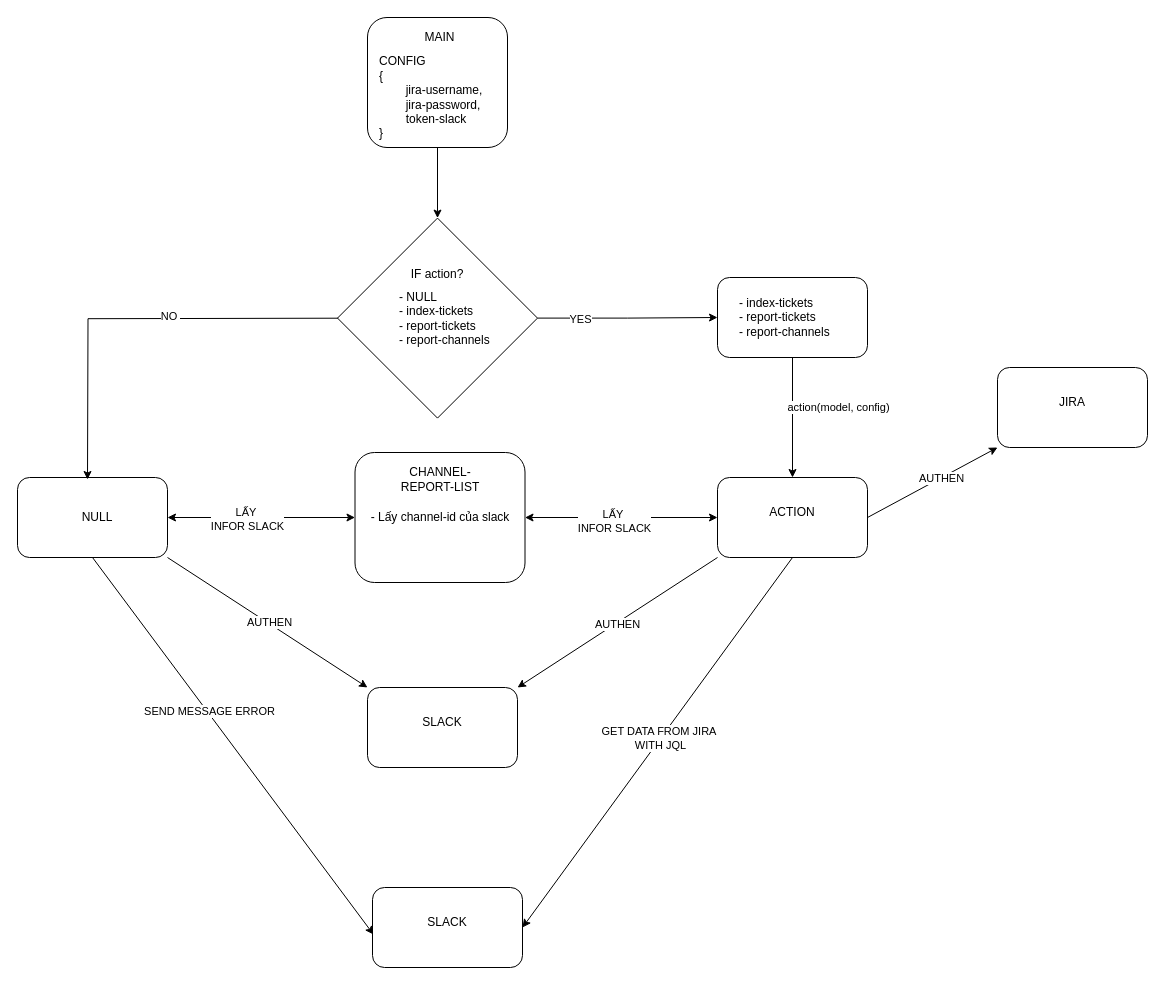
bluecrypt47/deployment-k8s keeps this draw.io diagram as Untitled Diagram.drawio. Above is the earlier version. Source tidied: cells renumbered, new cells numbered last; positions are measured from the earlier drawing's top-left corner, leaving out a move shared by most shapes. Both pictures are drawn from the tidied source at 100%, with x=0, y=0 at pixel (17, 17).
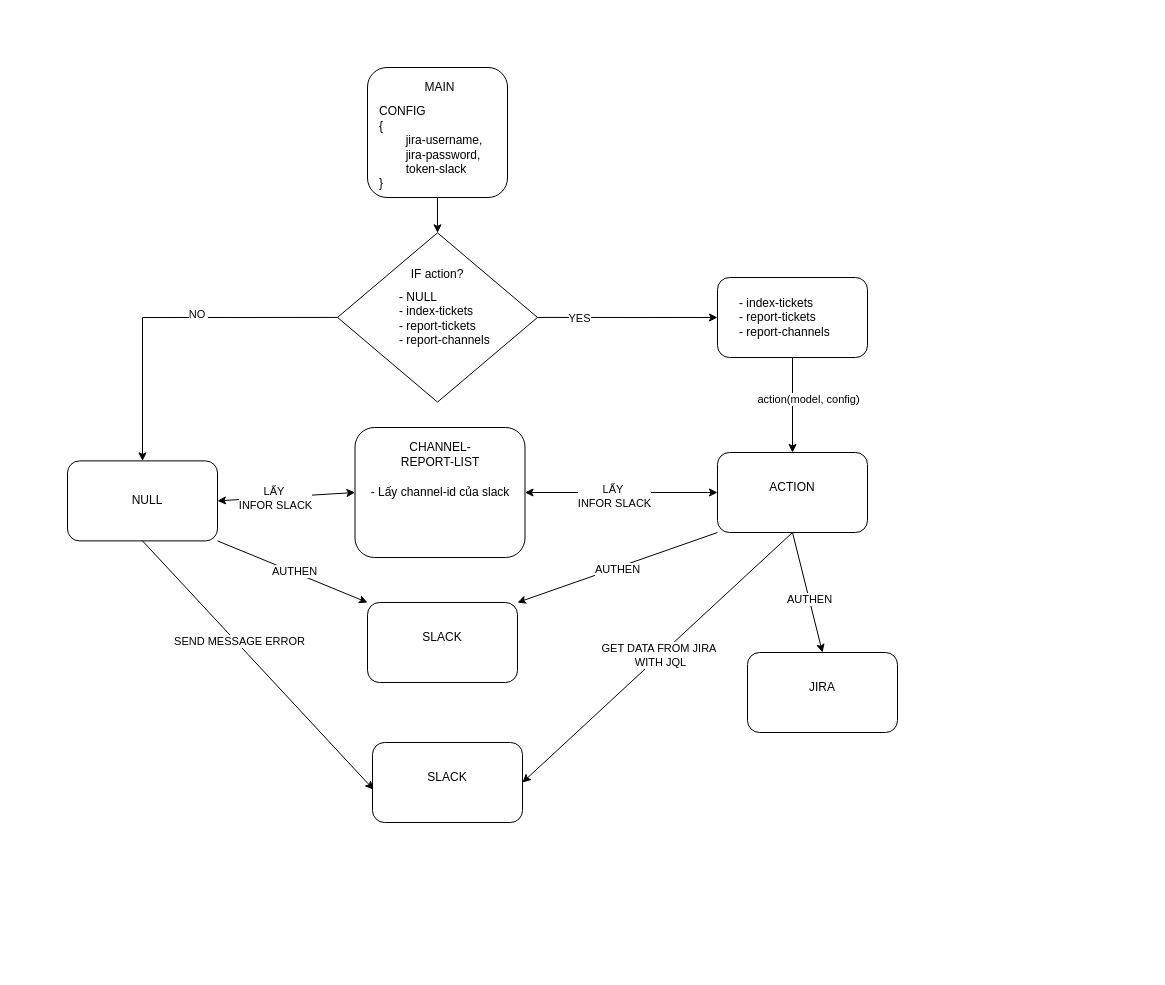
The same diagram, later.

Unchanged cells that the change refers to:
```xml
<mxCell id="20" style="edgeStyle=orthogonalEdgeStyle;rounded=0;jettySize=auto;html=1;entryX=0.5;entryY=0;entryDx=0;entryDy=0;" parent="1" edge="1" source="22" target="24">
  <mxGeometry relative="1" as="geometry" />
</mxCell>
<mxCell id="22" value="&lt;div style=&quot;&quot;&gt;&lt;br&gt;&lt;/div&gt;" style="rounded=1;whiteSpace=wrap;html=1;align=center;" parent="1" vertex="1">
  <mxGeometry x="700" y="260" width="150" height="80" as="geometry" />
</mxCell>
```

What changed in the source:
```diff
@@
     <mxCell id="3" value="&lt;div style=&quot;&quot;&gt;&lt;br&gt;&lt;/div&gt;" style="rounded=1;whiteSpace=wrap;html=1;align=center;" parent="1" vertex="1">
-      <mxGeometry x="350" width="140" height="130" as="geometry" />
+      <mxGeometry x="350" y="50" width="140" height="130" as="geometry" />
     </mxCell>
     <mxCell id="4" value="MAIN" style="text;html=1;align=center;verticalAlign=middle;whiteSpace=wrap;rounded=0;" parent="1" vertex="1">
-      <mxGeometry x="385" width="75" height="40" as="geometry" />
+      <mxGeometry x="385" y="50" width="75" height="40" as="geometry" />
     </mxCell>
     <mxCell id="5" value="&lt;div style=&quot;&quot;&gt;&lt;br&gt;&lt;/div&gt;" style="rounded=1;whiteSpace=wrap;html=1;align=center;" parent="1" vertex="1">
-      <mxGeometry y="460" width="150" height="80" as="geometry" />
+      <mxGeometry x="50" y="443.4" width="150" height="80" as="geometry" />
     </mxCell>
     <mxCell id="6" value="NULL" style="text;html=1;align=center;verticalAlign=middle;whiteSpace=wrap;rounded=0;" parent="1" vertex="1">
-      <mxGeometry x="50" y="485" width="60" height="30" as="geometry" />
+      <mxGeometry x="100" y="468.4" width="60" height="30" as="geometry" />
     </mxCell>
     <mxCell id="7" style="rounded=1;whiteSpace=wrap;html=1;" parent="1" vertex="1">
-      <mxGeometry x="337.5" y="435" width="170" height="130" as="geometry" />
+      <mxGeometry x="337.5" y="410" width="170" height="130" as="geometry" />
     </mxCell>
     <mxCell id="8" value="CHANNEL-REPORT-LIST" style="text;html=1;align=center;verticalAlign=middle;whiteSpace=wrap;rounded=0;" parent="1" vertex="1">
-      <mxGeometry x="367.5" y="455" width="110" height="13.4" as="geometry" />
+      <mxGeometry x="367.5" y="430" width="110" height="13.4" as="geometry" />
     </mxCell>
     <mxCell id="9" value="- Lấy channel-id của slack" style="text;html=1;align=center;verticalAlign=middle;whiteSpace=wrap;rounded=0;" parent="1" vertex="1">
-      <mxGeometry x="347.5" y="493.3" width="150" height="13.4" as="geometry" />
+      <mxGeometry x="347.5" y="468.3" width="150" height="13.4" as="geometry" />
     </mxCell>
     <mxCell id="10" value="CONFIG&amp;nbsp;&lt;div&gt;{&lt;/div&gt;&lt;div&gt;&lt;span style=&quot;white-space: pre;&quot;&gt;&#9;&lt;/span&gt;jira-username,&amp;nbsp;&lt;/div&gt;&lt;div&gt;&lt;span style=&quot;white-space: pre;&quot;&gt;&#9;&lt;/span&gt;jira-password,&amp;nbsp;&lt;/div&gt;&lt;div&gt;&lt;span style=&quot;white-space: pre;&quot;&gt;&#9;&lt;/span&gt;token-slack&lt;/div&gt;&lt;div&gt;}&lt;/div&gt;" style="text;html=1;align=left;verticalAlign=middle;whiteSpace=wrap;rounded=0;" parent="1" vertex="1">
-      <mxGeometry x="360" y="60" width="120" height="40" as="geometry" />
+      <mxGeometry x="360" y="110" width="120" height="40" as="geometry" />
     </mxCell>
-    <mxCell id="11" style="edgeStyle=orthogonalEdgeStyle;rounded=0;orthogonalLoop=1;jettySize=auto;html=1;entryX=0.46;entryY=0.025;entryDx=0;entryDy=0;entryPerimeter=0;" parent="1" edge="1">
-      <mxGeometry relative="1" as="geometry">
-        <mxPoint x="322" y="300.7" as="sourcePoint" />
-        <mxPoint x="70" y="462" as="targetPoint" />
-      </mxGeometry>
+    <mxCell id="11" style="edgeStyle=orthogonalEdgeStyle;rounded=0;jettySize=auto;html=1;entryX=0.5;entryY=0;entryDx=0;entryDy=0;exitX=0;exitY=0.5;exitDx=0;exitDy=0;" parent="1" edge="1" source="15" target="5">
+      <mxGeometry relative="1" as="geometry" />
     </mxCell>
@@
-    <mxCell id="13" style="edgeStyle=orthogonalEdgeStyle;rounded=0;jettySize=auto;html=1;entryX=0;entryY=0.5;entryDx=0;entryDy=0;" parent="1" edge="1" source="15" target="22">
+    <mxCell id="13" style="edgeStyle=orthogonalEdgeStyle;rounded=0;jettySize=auto;html=1;entryX=0;entryY=0.5;entryDx=0;entryDy=0;exitX=1;exitY=0.5;exitDx=0;exitDy=0;" parent="1" edge="1" source="15" target="22">
       <mxGeometry relative="1" as="geometry" />
     </mxCell>
@@
     <mxCell id="15" style="rhombus;whiteSpace=wrap;html=1;" parent="1" vertex="1">
-      <mxGeometry x="320" y="200.6" width="200" height="200" as="geometry" />
+      <mxGeometry x="320" y="215.3" width="200" height="169.3" as="geometry" />
     </mxCell>
@@
     <mxCell id="21" value="action(model, config)" style="edgeLabel;html=1;align=center;verticalAlign=middle;" parent="20" vertex="1">
       <mxGeometry x="-0.36" y="-1" relative="1" as="geometry">
-        <mxPoint x="46" y="11" as="offset" />
+        <mxPoint x="16" y="11" as="offset" />
       </mxGeometry>
     </mxCell>
@@
     <mxCell id="24" value="&lt;div style=&quot;&quot;&gt;&lt;br&gt;&lt;/div&gt;" style="rounded=1;whiteSpace=wrap;html=1;align=center;" parent="1" vertex="1">
-      <mxGeometry x="700" y="460" width="150" height="80" as="geometry" />
+      <mxGeometry x="700" y="435" width="150" height="80" as="geometry" />
     </mxCell>
     <mxCell id="25" value="ACTION" style="text;html=1;align=center;verticalAlign=middle;whiteSpace=wrap;rounded=0;" parent="1" vertex="1">
-      <mxGeometry x="745" y="480" width="60" height="30" as="geometry" />
+      <mxGeometry x="745" y="455" width="60" height="30" as="geometry" />
     </mxCell>
     <mxCell id="26" value="&lt;div style=&quot;&quot;&gt;&lt;br&gt;&lt;/div&gt;" style="rounded=1;whiteSpace=wrap;html=1;align=center;" parent="1" vertex="1">
-      <mxGeometry x="980" y="350" width="150" height="80" as="geometry" />
+      <mxGeometry x="730" y="635" width="150" height="80" as="geometry" />
     </mxCell>
     <mxCell id="27" value="JIRA" style="text;html=1;align=center;verticalAlign=middle;whiteSpace=wrap;rounded=0;" parent="1" vertex="1">
-      <mxGeometry x="1025" y="370" width="60" height="30" as="geometry" />
+      <mxGeometry x="775" y="655" width="60" height="30" as="geometry" />
     </mxCell>
@@
     <mxCell id="32" value="&lt;div style=&quot;&quot;&gt;&lt;br&gt;&lt;/div&gt;" style="rounded=1;whiteSpace=wrap;html=1;align=center;" parent="1" vertex="1">
-      <mxGeometry x="350" y="670" width="150" height="80" as="geometry" />
+      <mxGeometry x="350" y="585" width="150" height="80" as="geometry" />
     </mxCell>
     <mxCell id="33" value="SLACK" style="text;html=1;align=center;verticalAlign=middle;whiteSpace=wrap;rounded=0;" parent="1" vertex="1">
-      <mxGeometry x="395" y="690" width="60" height="30" as="geometry" />
+      <mxGeometry x="395" y="605" width="60" height="30" as="geometry" />
     </mxCell>
-    <mxCell id="34" style="endArrow=classic;html=1;rounded=0;entryX=0;entryY=1;entryDx=0;entryDy=0;exitX=1;exitY=0.5;exitDx=0;exitDy=0;" parent="1" edge="1" source="24" target="26">
+    <mxCell id="34" style="endArrow=classic;html=1;rounded=0;entryX=0.5;entryY=0;entryDx=0;entryDy=0;exitX=0.5;exitY=1;exitDx=0;exitDy=0;" parent="1" edge="1" source="24" target="26">
       <mxGeometry relative="1" as="geometry" />
     </mxCell>
@@
     <mxCell id="38" value="&lt;div style=&quot;&quot;&gt;&lt;br&gt;&lt;/div&gt;" style="rounded=1;whiteSpace=wrap;html=1;align=center;" parent="1" vertex="1">
-      <mxGeometry x="355" y="870" width="150" height="80" as="geometry" />
+      <mxGeometry x="355" y="725" width="150" height="80" as="geometry" />
     </mxCell>
     <mxCell id="39" value="SLACK" style="text;html=1;align=center;verticalAlign=middle;whiteSpace=wrap;rounded=0;" parent="1" vertex="1">
-      <mxGeometry x="400" y="890" width="60" height="30" as="geometry" />
+      <mxGeometry x="400" y="745" width="60" height="30" as="geometry" />
     </mxCell>
```
